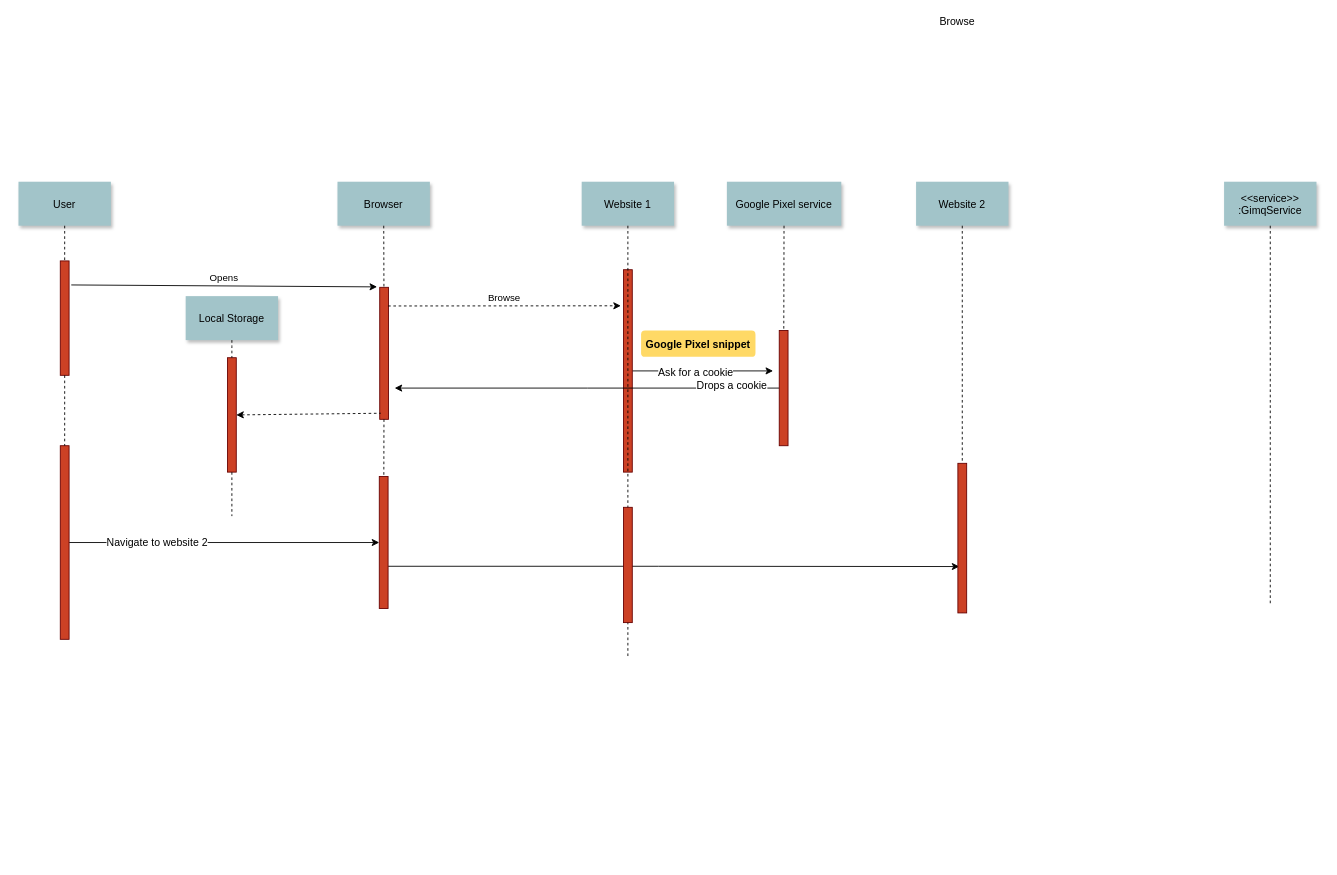
Above: SSP-DSP Cookie syncing.drawio in basxib/tutmaps (draw.io), before the change. Source tidied: cells renumbered, new cells numbered last; positions are measured from the earlier drawing's top-left corner, leaving out a move shared by most shapes. Both pictures are drawn from the tidied source at 88%, with x=0, y=0 at pixel (18, 181).
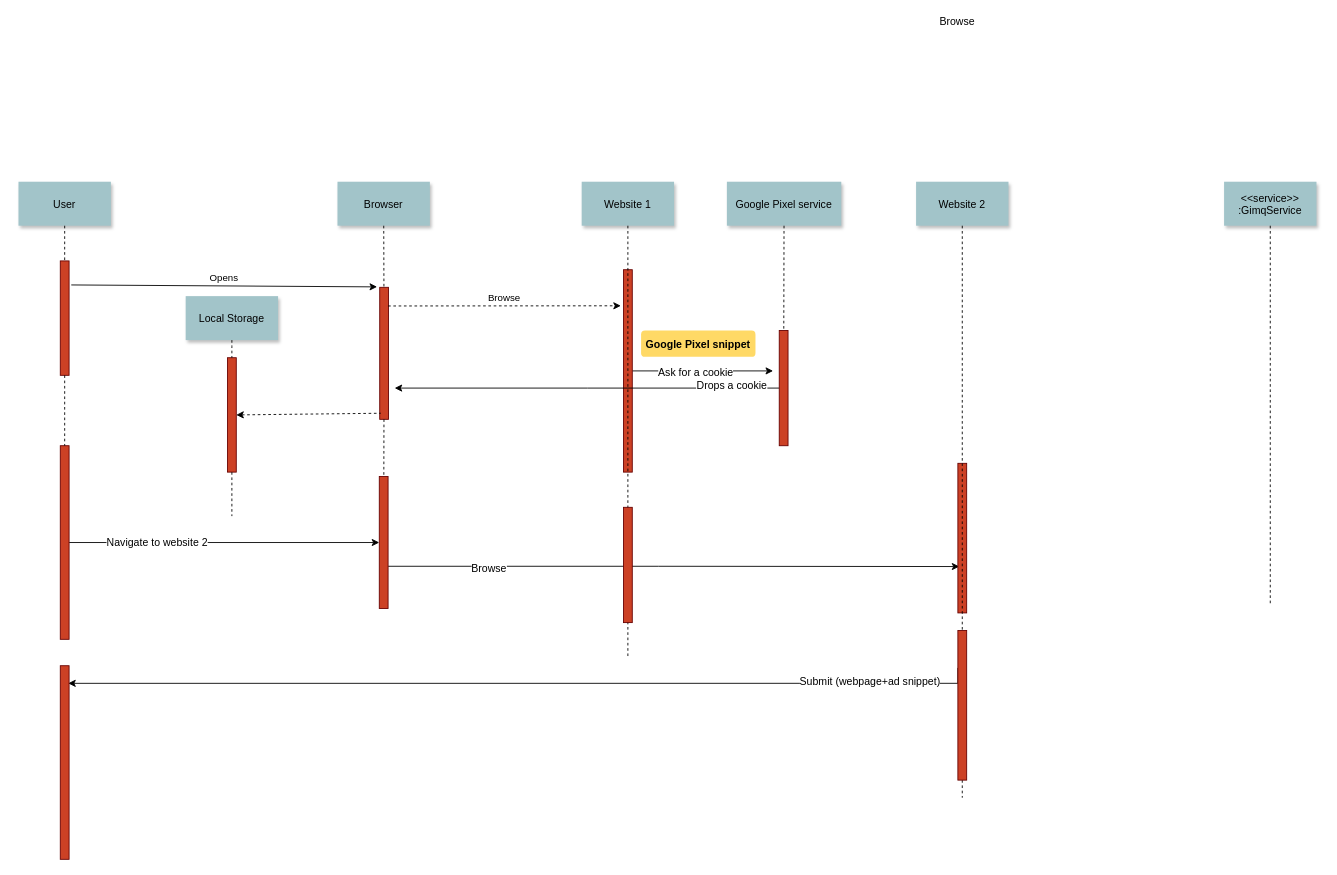
After the change.

Unchanged cells that the change refers to:
```xml
<mxCell id="14" value="Website 2" style="shadow=1;fillColor=#A2C4C9;strokeColor=none;" parent="1" vertex="1">
  <mxGeometry x="1020.5" width="105" height="50" as="geometry" />
</mxCell>
<mxCell id="37" style="edgeStyle=orthogonalEdgeStyle;rounded=0;jettySize=auto;html=1;entryX=0.167;entryY=0.69;entryDx=0;entryDy=0;entryPerimeter=0;" parent="1" edge="1" source="39" target="41">
  <mxGeometry relative="1" as="geometry">
    <Array as="points">
      <mxPoint x="728" y="437" />
      <mxPoint x="728" y="437" />
    </Array>
  </mxGeometry>
</mxCell>
<mxCell id="41" style="fillColor=#CC4125;strokeColor=#660000;" parent="1" vertex="1">
  <mxGeometry x="1068" y="320" width="10" height="170" as="geometry" />
</mxCell>
```

The edit, as a diff of the source:
```diff
@@
+    <mxCell id="43" value="Browse" style="text;html=1;align=center;verticalAlign=middle;labelBackgroundColor=#ffffff;" parent="37" vertex="1">
+      <mxGeometry x="-0.05" y="-194" relative="1" as="geometry">
+        <mxPoint x="-194" y="-192" as="offset" />
+      </mxGeometry>
+    </mxCell>
@@
-    <mxCell id="42" style="edgeStyle=none;endArrow=none;dashed=1;" parent="1" edge="1" source="14" target="41">
-      <mxGeometry x="956.6" y="205" as="geometry" />
+    <mxCell id="42" style="edgeStyle=none;endArrow=none;dashed=1;" parent="1" edge="1" source="14">
+      <mxGeometry x="956.6" y="205" as="geometry">
+        <mxPoint x="1073" y="700" as="targetPoint" />
+      </mxGeometry>
     </mxCell>
+    <mxCell id="44" style="edgeStyle=orthogonalEdgeStyle;rounded=0;jettySize=auto;html=1;exitX=0;exitY=0.25;exitDx=0;exitDy=0;entryX=0.9;entryY=0.091;entryDx=0;entryDy=0;entryPerimeter=0;" parent="1" edge="1" source="46" target="47">
+      <mxGeometry relative="1" as="geometry">
+        <Array as="points">
+          <mxPoint x="1068" y="570" />
+        </Array>
+      </mxGeometry>
+    </mxCell>
+    <mxCell id="45" value="Submit (webpage+ad snippet)" style="text;html=1;align=center;verticalAlign=middle;labelBackgroundColor=#ffffff;" parent="44" vertex="1">
+      <mxGeometry x="-0.77" y="-3" relative="1" as="geometry" />
+    </mxCell>
+    <mxCell id="46" style="fillColor=#CC4125;strokeColor=#660000;" parent="1" vertex="1">
+      <mxGeometry x="1068" y="510" width="10" height="170" as="geometry" />
+    </mxCell>
+    <mxCell id="47" style="fillColor=#CC4125;strokeColor=#660000;" parent="1" vertex="1">
+      <mxGeometry x="48" y="550" width="10" height="220" as="geometry" />
+    </mxCell>
```
